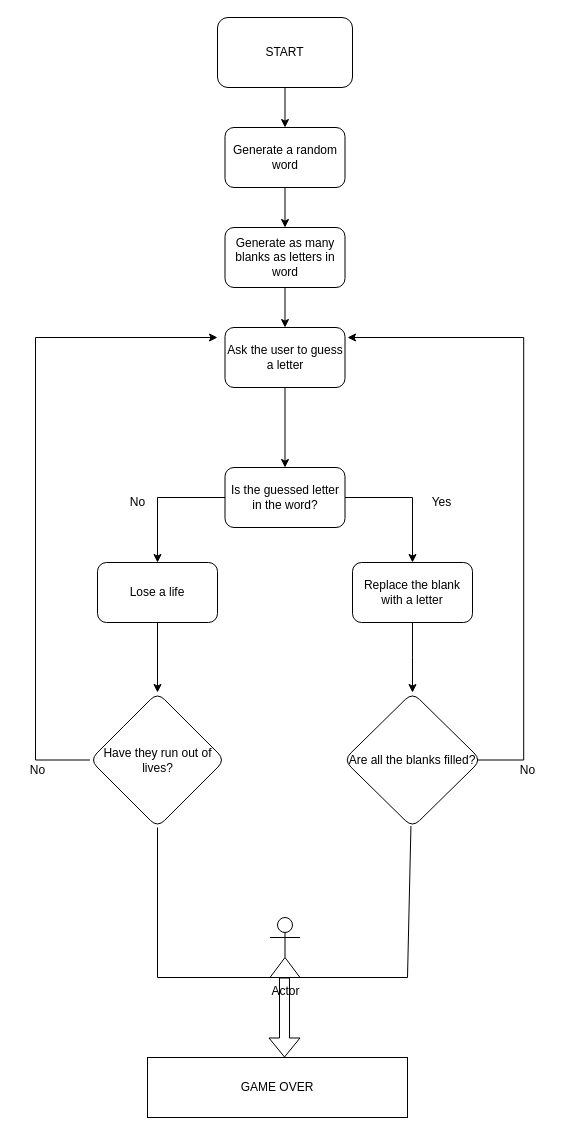
Before: Untitled Diagram.drawio in ZombieRollz/git_test, a draw.io diagram. Source tidied: cells renumbered, new cells numbered last; positions are measured from the earlier drawing's top-left corner, leaving out a move shared by most shapes. Both pictures are drawn from the tidied source at 100%, with x=0, y=0 at pixel (17, 17).
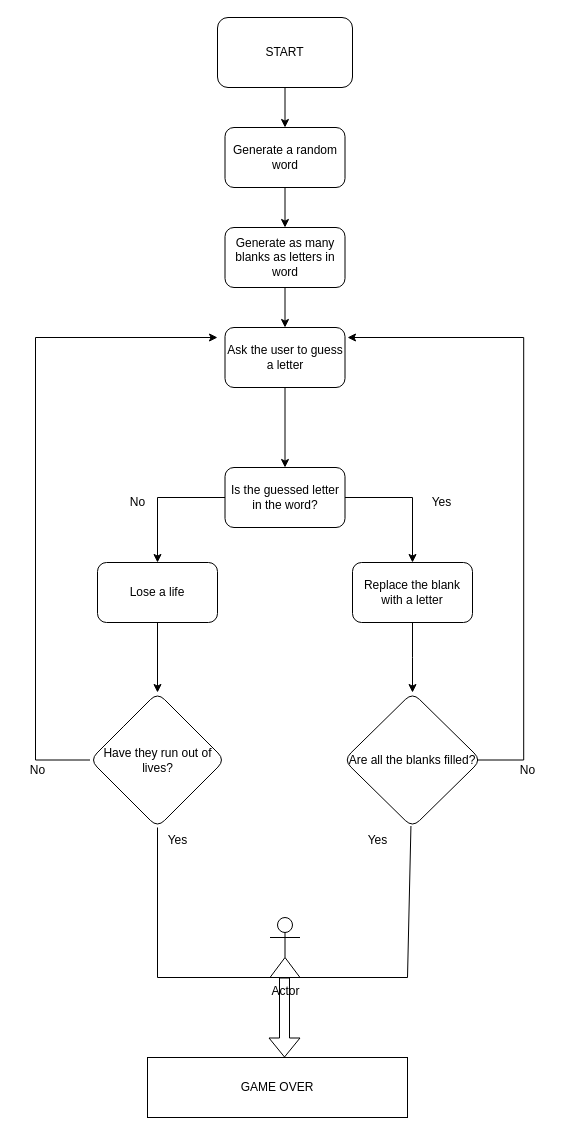
After the change.

Change to the diagram source:
```diff
@@
+    <mxCell id="31" value="Yes" style="text;html=1;align=center;verticalAlign=middle;strokeColor=none;fillColor=none;fontFamily=Helvetica;fontSize=12;fontColor=default;" parent="1" vertex="1">
+      <mxGeometry x="140" y="808" width="40" height="30" as="geometry" />
+    </mxCell>
+    <mxCell id="32" value="Yes" style="text;html=1;align=center;verticalAlign=middle;strokeColor=none;fillColor=none;fontFamily=Helvetica;fontSize=12;fontColor=default;" parent="1" vertex="1">
+      <mxGeometry x="340" y="808" width="40" height="30" as="geometry" />
+    </mxCell>
```
